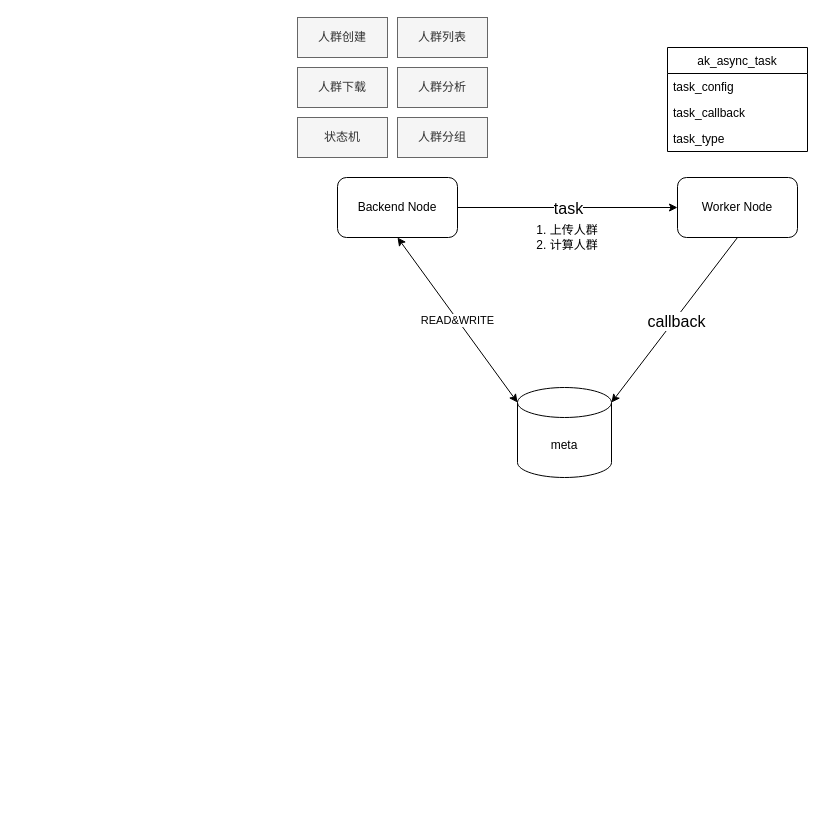
This is ak_crowd.drawio from learn2Pro/draw_io_save, a draw.io file, before an edit. Source tidied: cells renumbered, new cells numbered last; positions are measured from the earlier drawing's top-left corner, leaving out a move shared by most shapes. Both pictures are drawn from the tidied source at 100%, with x=0, y=0 at pixel (297, 17).
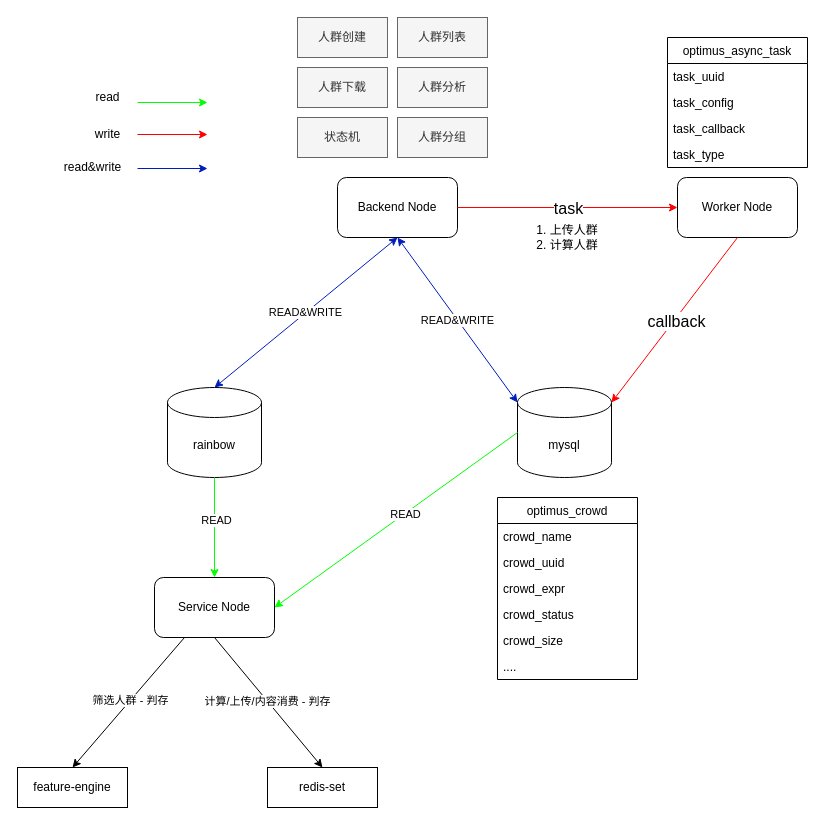
The same diagram, later.

Unchanged cells that the change refers to:
```xml
<mxCell id="2" value="Backend Node" style="rounded=1;whiteSpace=wrap;html=1;" parent="1" vertex="1">
  <mxGeometry x="40" y="160" width="120" height="60" as="geometry" />
</mxCell>
<mxCell id="3" value="Worker Node" style="rounded=1;whiteSpace=wrap;html=1;" parent="1" vertex="1">
  <mxGeometry x="380" y="160" width="120" height="60" as="geometry" />
</mxCell>
```

Diff of the diagram source:
```diff
@@
-    <mxCell id="4" value="meta" style="shape=cylinder3;whiteSpace=wrap;html=1;boundedLbl=1;backgroundOutline=1;size=15;" parent="1" vertex="1">
+    <mxCell id="4" value="mysql" style="shape=cylinder3;whiteSpace=wrap;html=1;boundedLbl=1;backgroundOutline=1;size=15;" parent="1" vertex="1">
       <mxGeometry x="220" y="370" width="94" height="90" as="geometry" />
     </mxCell>
-    <mxCell id="5" style="endArrow=classic;html=1;exitX=1;exitY=0.5;exitDx=0;exitDy=0;entryX=0;entryY=0.5;entryDx=0;entryDy=0;" parent="1" edge="1" source="2" target="3">
+    <mxCell id="5" style="endArrow=classic;html=1;exitX=1;exitY=0.5;exitDx=0;exitDy=0;entryX=0;entryY=0.5;entryDx=0;entryDy=0;fillColor=#f8cecc;strokeColor=#FF0000;" parent="1" edge="1" source="2" target="3">
       <mxGeometry relative="1" as="geometry" />
     </mxCell>
@@
-    <mxCell id="7" style="endArrow=classic;html=1;exitX=0.5;exitY=1;exitDx=0;exitDy=0;entryX=1;entryY=0;entryDx=0;entryDy=15;entryPerimeter=0;" parent="1" edge="1" source="3" target="4">
+    <mxCell id="7" style="endArrow=classic;html=1;exitX=0.5;exitY=1;exitDx=0;exitDy=0;entryX=1;entryY=0;entryDx=0;entryDy=15;entryPerimeter=0;fillColor=#f8cecc;strokeColor=#FF0000;" parent="1" edge="1" source="3" target="4">
       <mxGeometry relative="1" as="geometry" />
     </mxCell>
@@
-    <mxCell id="10" value="READ&amp;amp;WRITE" style="endArrow=classic;startArrow=classic;html=1;entryX=0.5;entryY=1;entryDx=0;entryDy=0;exitX=0;exitY=0;exitDx=0;exitDy=15;exitPerimeter=0;" parent="1" edge="1" source="4" target="2">
+    <mxCell id="10" value="READ&amp;amp;WRITE" style="endArrow=classic;startArrow=classic;html=1;entryX=0.5;entryY=1;entryDx=0;entryDy=0;exitX=0;exitY=0;exitDx=0;exitDy=15;exitPerimeter=0;fillColor=#0050ef;strokeColor=#001DBC;" parent="1" edge="1" source="4" target="2">
       <mxGeometry relative="1" as="geometry" />
     </mxCell>
@@
-    <mxCell id="17" value="ak_async_task" style="swimlane;fontStyle=0;horizontal=1;startSize=26;" parent="1" vertex="1">
-      <mxGeometry x="370" y="30" width="140" height="104" as="geometry" />
+    <mxCell id="17" value="optimus_async_task" style="swimlane;fontStyle=0;horizontal=1;startSize=26;" parent="1" vertex="1">
+      <mxGeometry x="370" y="20" width="140" height="130" as="geometry" />
     </mxCell>
+    <mxCell id="21" value="task_uuid" style="text;strokeColor=none;fillColor=none;align=left;verticalAlign=top;spacingLeft=4;spacingRight=4;overflow=hidden;" parent="17" vertex="1">
+      <mxGeometry y="26" width="140" height="26" as="geometry" />
+    </mxCell>
     <mxCell id="18" value="task_config" style="text;strokeColor=none;fillColor=none;align=left;verticalAlign=top;spacingLeft=4;spacingRight=4;overflow=hidden;" parent="17" vertex="1">
-      <mxGeometry y="26" width="140" height="26" as="geometry" />
+      <mxGeometry y="52" width="140" height="26" as="geometry" />
     </mxCell>
     <mxCell id="19" value="task_callback" style="text;strokeColor=none;fillColor=none;align=left;verticalAlign=top;spacingLeft=4;spacingRight=4;overflow=hidden;" parent="17" vertex="1">
-      <mxGeometry y="52" width="140" height="26" as="geometry" />
+      <mxGeometry y="78" width="140" height="26" as="geometry" />
     </mxCell>
     <mxCell id="20" value="task_type" style="text;strokeColor=none;fillColor=none;align=left;verticalAlign=top;spacingLeft=4;spacingRight=4;overflow=hidden;" parent="17" vertex="1">
-      <mxGeometry y="78" width="140" height="26" as="geometry" />
+      <mxGeometry y="104" width="140" height="26" as="geometry" />
     </mxCell>
+    <mxCell id="22" value="optimus_crowd" style="swimlane;fontStyle=0;horizontal=1;startSize=26;" parent="1" vertex="1">
+      <mxGeometry x="200" y="480" width="140" height="182" as="geometry" />
+    </mxCell>
+    <mxCell id="23" value="crowd_name" style="text;strokeColor=none;fillColor=none;align=left;verticalAlign=top;spacingLeft=4;spacingRight=4;overflow=hidden;" parent="22" vertex="1">
+      <mxGeometry y="26" width="140" height="26" as="geometry" />
+    </mxCell>
+    <mxCell id="24" value="crowd_uuid" style="text;strokeColor=none;fillColor=none;align=left;verticalAlign=top;spacingLeft=4;spacingRight=4;overflow=hidden;" parent="22" vertex="1">
+      <mxGeometry y="52" width="140" height="26" as="geometry" />
+    </mxCell>
+    <mxCell id="25" value="crowd_expr" style="text;strokeColor=none;fillColor=none;align=left;verticalAlign=top;spacingLeft=4;spacingRight=4;overflow=hidden;" parent="22" vertex="1">
+      <mxGeometry y="78" width="140" height="26" as="geometry" />
+    </mxCell>
+    <mxCell id="26" value="crowd_status" style="text;strokeColor=none;fillColor=none;align=left;verticalAlign=top;spacingLeft=4;spacingRight=4;overflow=hidden;" parent="22" vertex="1">
+      <mxGeometry y="104" width="140" height="26" as="geometry" />
+    </mxCell>
+    <mxCell id="27" value="crowd_size" style="text;strokeColor=none;fillColor=none;align=left;verticalAlign=top;spacingLeft=4;spacingRight=4;overflow=hidden;" parent="22" vertex="1">
+      <mxGeometry y="130" width="140" height="26" as="geometry" />
+    </mxCell>
+    <mxCell id="28" value="...." style="text;strokeColor=none;fillColor=none;align=left;verticalAlign=top;spacingLeft=4;spacingRight=4;overflow=hidden;" parent="22" vertex="1">
+      <mxGeometry y="156" width="140" height="26" as="geometry" />
+    </mxCell>
+    <mxCell id="29" value="rainbow" style="shape=cylinder3;whiteSpace=wrap;html=1;boundedLbl=1;backgroundOutline=1;size=15;" parent="1" vertex="1">
+      <mxGeometry x="-130" y="370" width="94" height="90" as="geometry" />
+    </mxCell>
+    <mxCell id="30" value="READ&amp;amp;WRITE" style="endArrow=classic;startArrow=classic;html=1;exitX=0.5;exitY=0;exitDx=0;exitDy=0;exitPerimeter=0;fillColor=#0050ef;strokeColor=#001DBC;" parent="1" edge="1" source="29">
+      <mxGeometry relative="1" as="geometry">
+        <mxPoint x="100" y="220" as="targetPoint" />
+      </mxGeometry>
+    </mxCell>
+    <mxCell id="31" value="Service Node" style="rounded=1;whiteSpace=wrap;html=1;" parent="1" vertex="1">
+      <mxGeometry x="-143" y="560" width="120" height="60" as="geometry" />
+    </mxCell>
+    <mxCell id="32" style="endArrow=classic;html=1;exitX=0;exitY=0.5;exitDx=0;exitDy=0;exitPerimeter=0;entryX=1;entryY=0.5;entryDx=0;entryDy=0;fillColor=#d5e8d4;strokeColor=#00FF00;" parent="1" edge="1" source="4" target="31">
+      <mxGeometry relative="1" as="geometry" />
+    </mxCell>
+    <mxCell id="33" value="READ" style="edgeLabel;html=1;align=center;verticalAlign=middle;" parent="32" vertex="1">
+      <mxGeometry x="-0.07" relative="1" as="geometry" />
+    </mxCell>
+    <mxCell id="34" style="endArrow=classic;html=1;exitX=0.5;exitY=1;exitDx=0;exitDy=0;exitPerimeter=0;entryX=0.5;entryY=0;entryDx=0;entryDy=0;fillColor=#d5e8d4;strokeColor=#00FF00;" parent="1" edge="1" source="29" target="31">
+      <mxGeometry relative="1" as="geometry" />
+    </mxCell>
+    <mxCell id="35" value="READ" style="edgeLabel;html=1;align=center;verticalAlign=middle;" parent="34" vertex="1">
+      <mxGeometry x="-0.16" y="1" relative="1" as="geometry" />
+    </mxCell>
+    <mxCell id="36" style="endArrow=classic;html=1;fillColor=#dae8fc;strokeColor=#00FF00;" parent="1" edge="1">
+      <mxGeometry relative="1" as="geometry">
+        <mxPoint x="-160" y="85" as="sourcePoint" />
+        <mxPoint x="-90" y="85" as="targetPoint" />
+      </mxGeometry>
+    </mxCell>
+    <mxCell id="37" style="endArrow=classic;html=1;fillColor=#f8cecc;strokeColor=#FF0000;" parent="1" edge="1">
+      <mxGeometry relative="1" as="geometry">
+        <mxPoint x="-160" y="117" as="sourcePoint" />
+        <mxPoint x="-90" y="117" as="targetPoint" />
+      </mxGeometry>
+    </mxCell>
+    <mxCell id="38" style="endArrow=classic;html=1;fillColor=#e1d5e7;strokeColor=#001DBC;" parent="1" edge="1">
+      <mxGeometry relative="1" as="geometry">
+        <mxPoint x="-160" y="151" as="sourcePoint" />
+        <mxPoint x="-90" y="151" as="targetPoint" />
+      </mxGeometry>
+    </mxCell>
+    <mxCell id="39" value="read" style="text;html=1;align=center;verticalAlign=middle;strokeColor=none;fillColor=none;" parent="1" vertex="1">
+      <mxGeometry x="-210" y="70" width="40" height="20" as="geometry" />
+    </mxCell>
+    <mxCell id="40" value="write" style="text;html=1;align=center;verticalAlign=middle;strokeColor=none;fillColor=none;" parent="1" vertex="1">
+      <mxGeometry x="-210" y="107" width="40" height="20" as="geometry" />
+    </mxCell>
+    <mxCell id="41" value="read&amp;amp;write" style="text;html=1;align=center;verticalAlign=middle;strokeColor=none;fillColor=none;" parent="1" vertex="1">
+      <mxGeometry x="-240" y="140" width="70" height="20" as="geometry" />
+    </mxCell>
+    <mxCell id="42" value="feature-engine" style="rounded=0;whiteSpace=wrap;html=1;" parent="1" vertex="1">
+      <mxGeometry x="-280" y="750" width="110" height="40" as="geometry" />
+    </mxCell>
+    <mxCell id="43" style="endArrow=classic;html=1;exitX=0.25;exitY=1;exitDx=0;exitDy=0;entryX=0.5;entryY=0;entryDx=0;entryDy=0;" parent="1" edge="1" source="31" target="42">
+      <mxGeometry relative="1" as="geometry" />
+    </mxCell>
+    <mxCell id="44" value="筛选人群 - 判存" style="edgeLabel;html=1;align=center;verticalAlign=middle;" parent="43" vertex="1">
+      <mxGeometry x="-0.03" relative="1" as="geometry" />
+    </mxCell>
+    <mxCell id="45" value="redis-set" style="rounded=0;whiteSpace=wrap;html=1;" parent="1" vertex="1">
+      <mxGeometry x="-30" y="750" width="110" height="40" as="geometry" />
+    </mxCell>
+    <mxCell id="46" style="endArrow=classic;html=1;exitX=0.5;exitY=1;exitDx=0;exitDy=0;entryX=0.5;entryY=0;entryDx=0;entryDy=0;" parent="1" edge="1" source="31" target="45">
+      <mxGeometry relative="1" as="geometry" />
+    </mxCell>
+    <mxCell id="47" value="计算/上传/内容消费 - 判存" style="edgeLabel;html=1;align=center;verticalAlign=middle;" parent="46" vertex="1">
+      <mxGeometry x="-0.03" relative="1" as="geometry" />
+    </mxCell>
```
